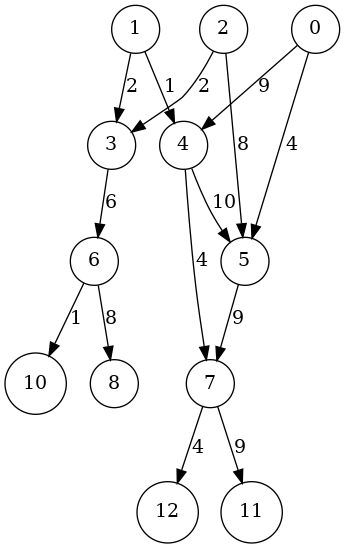
This is figures/graphb.png from kaygun/ford-fulkerson, a Graphviz export, as it was before one commit. Its source is kept beside it as figures/graphb.dot. The source it was exported from:
```dot
digraph G {
node[shape=circle];
"7" -> "12" [label=4];
"7" -> "11" [label=9];
"2" -> "3" [label=2];
"2" -> "5" [label=8];
"0" -> "5" [label=4];
"4" -> "7" [label=4];
"1" -> "4" [label=1];
"5" -> "7" [label=9];
"1" -> "3" [label=2];
"6" -> "8" [label=8];
"3" -> "6" [label=6];
"4" -> "5" [label=10];
"0" -> "4" [label=9];
"6" -> "10" [label=1];
}
```
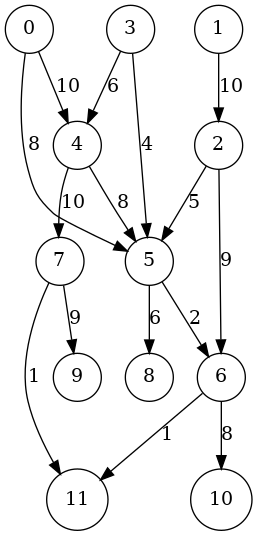
After the commit.

Change to the diagram source:
```diff
@@ -1,17 +1,18 @@
 digraph G {
 node[shape=circle];
-"7" -> "12" [label=4];
-"7" -> "11" [label=9];
-"2" -> "3" [label=2];
-"2" -> "5" [label=8];
-"0" -> "5" [label=4];
-"4" -> "7" [label=4];
-"1" -> "4" [label=1];
-"5" -> "7" [label=9];
-"1" -> "3" [label=2];
-"6" -> "8" [label=8];
-"3" -> "6" [label=6];
-"4" -> "5" [label=10];
-"0" -> "4" [label=9];
-"6" -> "10" [label=1];
+"7" -> "11" [label=1];
+"2" -> "5" [label=5];
+"0" -> "5" [label=8];
+"3" -> "4" [label=6];
+"4" -> "7" [label=10];
+"5" -> "6" [label=2];
+"5" -> "8" [label=6];
+"6" -> "11" [label=1];
+"7" -> "9" [label=9];
+"4" -> "5" [label=8];
+"0" -> "4" [label=10];
+"6" -> "10" [label=8];
+"2" -> "6" [label=9];
+"1" -> "2" [label=10];
+"3" -> "5" [label=4];
 }
```
